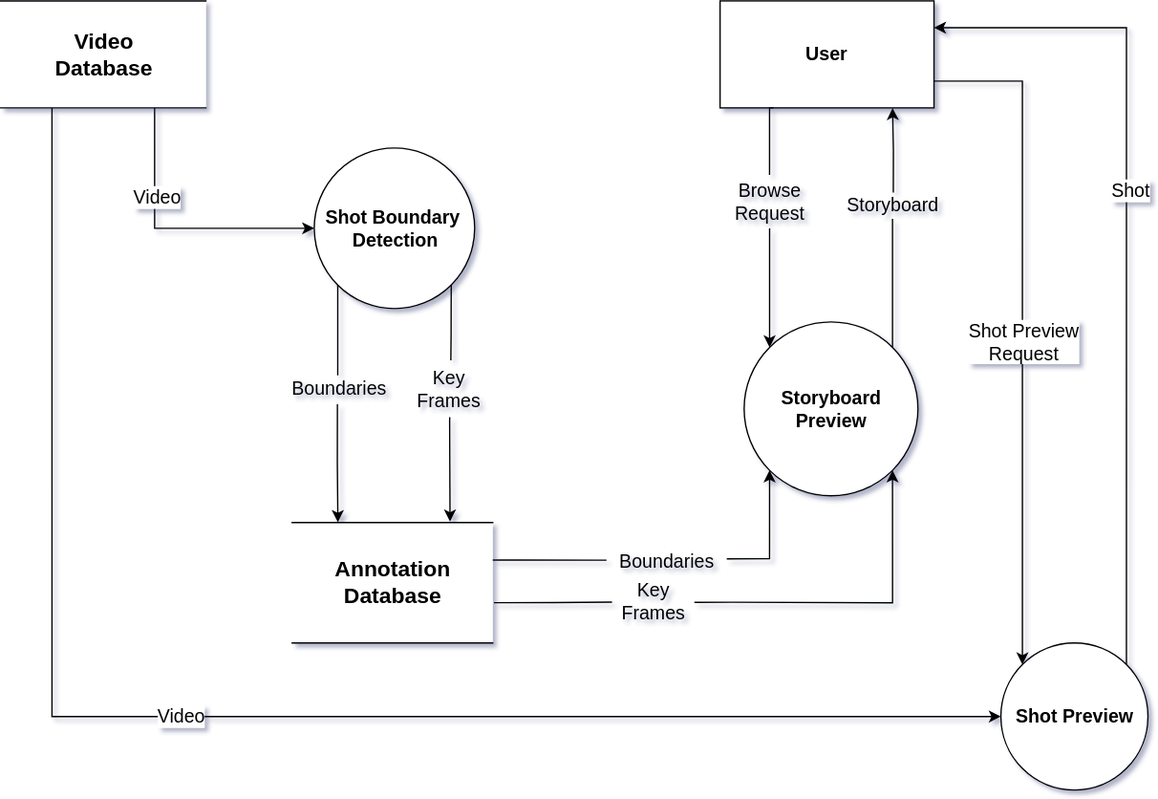
The draw.io diagram DFD.drawio.svg in fitranurindra/13220011_Latihan-4_DataFlowDiagram, before a commit. Source tidied: cells renumbered, new cells last; positions are measured from the earlier drawing's top-left corner, leaving out a move shared by most shapes. The source it was exported from:
```xml
<mxGraphModel background="#ffffff" shadow="1">
  <root>
    <mxCell id="0" />
    <mxCell id="1" parent="0" />
    <mxCell id="2" style="edgeStyle=orthogonalEdgeStyle;rounded=0;jettySize=auto;html=1;entryX=0;entryY=0;entryDx=0;entryDy=0;fontSize=14;startArrow=none;" parent="1" edge="1" source="14" target="10">
      <mxGeometry relative="1" as="geometry" />
    </mxCell>
    <mxCell id="3" style="edgeStyle=orthogonalEdgeStyle;rounded=0;jettySize=auto;html=1;exitX=1;exitY=0.75;exitDx=0;exitDy=0;entryX=0;entryY=0;entryDx=0;entryDy=0;fontSize=14;" parent="1" edge="1" source="5" target="13">
      <mxGeometry relative="1" as="geometry" />
    </mxCell>
    <mxCell id="4" value="Shot Preview&lt;br&gt;Request" style="edgeLabel;html=1;align=center;verticalAlign=middle;fontSize=14;" parent="3" vertex="1">
      <mxGeometry x="0.04" relative="1" as="geometry">
        <mxPoint y="-1" as="offset" />
      </mxGeometry>
    </mxCell>
    <mxCell id="5" value="&lt;h3&gt;&lt;b&gt;User&lt;/b&gt;&lt;/h3&gt;" style="rounded=0;whiteSpace=wrap;html=1;hachureGap=4;" parent="1" vertex="1">
      <mxGeometry x="538" width="160" height="80" as="geometry" />
    </mxCell>
    <mxCell id="6" style="edgeStyle=orthogonalEdgeStyle;rounded=0;jettySize=auto;html=1;exitX=0.487;exitY=1.079;exitDx=0;exitDy=0;fontSize=14;entryX=0.228;entryY=-0.003;entryDx=0;entryDy=0;entryPerimeter=0;startArrow=none;exitPerimeter=0;" parent="1" edge="1" source="25" target="20">
      <mxGeometry relative="1" as="geometry" />
    </mxCell>
    <mxCell id="7" style="edgeStyle=orthogonalEdgeStyle;rounded=0;jettySize=auto;html=1;entryX=0.787;entryY=-0.008;entryDx=0;entryDy=0;entryPerimeter=0;fontSize=14;startArrow=none;exitX=0.522;exitY=1.032;exitDx=0;exitDy=0;exitPerimeter=0;" parent="1" edge="1" source="27" target="20">
      <mxGeometry relative="1" as="geometry">
        <Array as="points">
          <mxPoint x="336" y="314" />
          <mxPoint x="336" y="314" />
        </Array>
      </mxGeometry>
    </mxCell>
    <mxCell id="8" value="&lt;h3&gt;Shot Boundary&amp;nbsp;&lt;br&gt;Detection&lt;br&gt;&lt;/h3&gt;" style="shape=ellipse;html=1;dashed=0;whitespace=wrap;perimeter=ellipsePerimeter;align=center;" parent="1" vertex="1">
      <mxGeometry x="234.5" y="110" width="120" height="120" as="geometry" />
    </mxCell>
    <mxCell id="9" style="edgeStyle=orthogonalEdgeStyle;rounded=0;jettySize=auto;html=1;fontSize=14;startArrow=none;exitX=0.507;exitY=0.014;exitDx=0;exitDy=0;exitPerimeter=0;" parent="1" edge="1" source="16">
      <mxGeometry relative="1" as="geometry">
        <mxPoint x="667" y="80" as="targetPoint" />
      </mxGeometry>
    </mxCell>
    <mxCell id="10" value="&lt;h3&gt;&lt;b style=&quot;font-size: 12px&quot;&gt;&lt;span style=&quot;font-size: 14px&quot;&gt;Storyboard&lt;/span&gt;&lt;/b&gt;&lt;br&gt;&lt;b style=&quot;font-size: 12px&quot;&gt;&lt;span style=&quot;font-size: 14px&quot;&gt;Preview&lt;/span&gt;&lt;/b&gt;&lt;br&gt;&lt;/h3&gt;" style="shape=ellipse;html=1;dashed=0;whitespace=wrap;perimeter=ellipsePerimeter;align=center;" parent="1" vertex="1">
      <mxGeometry x="556" y="240" width="130" height="130" as="geometry" />
    </mxCell>
    <mxCell id="11" style="edgeStyle=orthogonalEdgeStyle;rounded=0;jettySize=auto;html=1;exitX=1;exitY=0;exitDx=0;exitDy=0;entryX=1;entryY=0.25;entryDx=0;entryDy=0;fontSize=14;" parent="1" edge="1" source="13" target="5">
      <mxGeometry relative="1" as="geometry">
        <Array as="points">
          <mxPoint x="842" y="20" />
        </Array>
      </mxGeometry>
    </mxCell>
    <mxCell id="12" value="Shot" style="edgeLabel;html=1;align=center;verticalAlign=middle;fontSize=14;" parent="11" vertex="1">
      <mxGeometry x="0.15" y="-2" relative="1" as="geometry">
        <mxPoint y="1" as="offset" />
      </mxGeometry>
    </mxCell>
    <mxCell id="13" value="&lt;h3&gt;&lt;span style=&quot;font-size: 14px&quot;&gt;Shot Preview&lt;/span&gt;&lt;/h3&gt;" style="shape=ellipse;html=1;dashed=0;whitespace=wrap;perimeter=ellipsePerimeter;align=center;" parent="1" vertex="1">
      <mxGeometry x="748" y="480" width="110" height="110" as="geometry" />
    </mxCell>
    <mxCell id="14" value="Browse&lt;br&gt;Request" style="text;html=1;align=center;verticalAlign=middle;points=[];strokeColor=none;fillColor=none;fontSize=14;" parent="1" vertex="1">
      <mxGeometry x="540" y="130" width="70" height="40" as="geometry" />
    </mxCell>
    <mxCell id="15" style="edgeStyle=orthogonalEdgeStyle;rounded=0;jettySize=auto;html=1;fontSize=14;endArrow=none;exitX=0.25;exitY=1;exitDx=0;exitDy=0;" parent="1" edge="1" source="5" target="14">
      <mxGeometry relative="1" as="geometry">
        <Array as="points">
          <mxPoint x="575" y="80" />
        </Array>
      </mxGeometry>
    </mxCell>
    <mxCell id="16" value="Storyboard" style="text;html=1;align=center;verticalAlign=middle;points=[];strokeColor=none;fillColor=none;fontSize=14;" parent="1" vertex="1">
      <mxGeometry x="627" y="143" width="80" height="20" as="geometry" />
    </mxCell>
    <mxCell id="17" style="edgeStyle=orthogonalEdgeStyle;rounded=0;jettySize=auto;html=1;exitX=1;exitY=0;exitDx=0;exitDy=0;fontSize=14;endArrow=none;" parent="1" edge="1" source="10" target="16">
      <mxGeometry relative="1" as="geometry" />
    </mxCell>
    <mxCell id="18" style="edgeStyle=orthogonalEdgeStyle;rounded=0;jettySize=auto;html=1;exitX=1;exitY=0.406;exitDx=0;exitDy=0;entryX=0;entryY=1;entryDx=0;entryDy=0;fontSize=14;startArrow=none;exitPerimeter=0;" parent="1" edge="1" source="21" target="10">
      <mxGeometry relative="1" as="geometry" />
    </mxCell>
    <mxCell id="19" style="edgeStyle=orthogonalEdgeStyle;rounded=0;jettySize=auto;html=1;entryX=1;entryY=1;entryDx=0;entryDy=0;fontSize=14;startArrow=none;exitX=1.013;exitY=0.516;exitDx=0;exitDy=0;exitPerimeter=0;" parent="1" edge="1" source="23" target="10">
      <mxGeometry relative="1" as="geometry">
        <Array as="points">
          <mxPoint x="548" y="450" />
          <mxPoint x="667" y="450" />
        </Array>
      </mxGeometry>
    </mxCell>
    <mxCell id="20" value="&lt;h3&gt;Annotation&lt;br&gt;Database&lt;br&gt;&lt;/h3&gt;" style="html=1;dashed=0;whitespace=wrap;shape=partialRectangle;right=0;left=0;fontSize=14;" parent="1" vertex="1">
      <mxGeometry x="218" y="390" width="150" height="90" as="geometry" />
    </mxCell>
    <mxCell id="21" value="Boundaries" style="text;html=1;align=center;verticalAlign=middle;points=[];strokeColor=none;fillColor=none;fontSize=14;" parent="1" vertex="1">
      <mxGeometry x="453" y="409" width="90" height="20" as="geometry" />
    </mxCell>
    <mxCell id="22" style="edgeStyle=orthogonalEdgeStyle;rounded=0;jettySize=auto;html=1;entryX=0.001;entryY=0.455;entryDx=0;entryDy=0;fontSize=14;endArrow=none;entryPerimeter=0;" parent="1" edge="1" source="20" target="21">
      <mxGeometry relative="1" as="geometry">
        <Array as="points">
          <mxPoint x="388" y="418" />
          <mxPoint x="388" y="418" />
        </Array>
      </mxGeometry>
    </mxCell>
    <mxCell id="23" value="Key&lt;br&gt;Frames" style="text;html=1;align=center;verticalAlign=middle;points=[];strokeColor=none;fillColor=none;fontSize=14;" parent="1" vertex="1">
      <mxGeometry x="458" y="429" width="60" height="40" as="geometry" />
    </mxCell>
    <mxCell id="24" style="edgeStyle=orthogonalEdgeStyle;rounded=0;jettySize=auto;html=1;fontSize=14;endArrow=none;exitX=1.006;exitY=0.666;exitDx=0;exitDy=0;exitPerimeter=0;entryX=-0.013;entryY=0.511;entryDx=0;entryDy=0;entryPerimeter=0;" parent="1" edge="1" source="20" target="23">
      <mxGeometry relative="1" as="geometry" />
    </mxCell>
    <mxCell id="25" value="Boundaries" style="text;html=1;align=center;verticalAlign=middle;points=[];strokeColor=none;fillColor=none;fontSize=14;" parent="1" vertex="1">
      <mxGeometry x="208" y="280" width="90" height="20" as="geometry" />
    </mxCell>
    <mxCell id="26" style="edgeStyle=orthogonalEdgeStyle;rounded=0;jettySize=auto;html=1;exitX=0;exitY=1;exitDx=0;exitDy=0;fontSize=14;endArrow=none;entryX=0.49;entryY=0;entryDx=0;entryDy=0;entryPerimeter=0;" parent="1" edge="1" source="8" target="25">
      <mxGeometry relative="1" as="geometry" />
    </mxCell>
    <mxCell id="27" value="Key&lt;br&gt;Frames" style="text;html=1;align=center;verticalAlign=middle;points=[];strokeColor=none;fillColor=none;fontSize=14;" parent="1" vertex="1">
      <mxGeometry x="304.5" y="270" width="60" height="40" as="geometry" />
    </mxCell>
    <mxCell id="28" style="edgeStyle=orthogonalEdgeStyle;rounded=0;jettySize=auto;html=1;exitX=1;exitY=1;exitDx=0;exitDy=0;fontSize=14;endArrow=none;entryX=0.536;entryY=-0.034;entryDx=0;entryDy=0;entryPerimeter=0;" parent="1" edge="1" source="8" target="27">
      <mxGeometry relative="1" as="geometry">
        <Array as="points">
          <mxPoint x="337" y="250" />
        </Array>
      </mxGeometry>
    </mxCell>
    <mxCell id="29" style="edgeStyle=orthogonalEdgeStyle;rounded=0;jettySize=auto;html=1;exitX=0.75;exitY=1;exitDx=0;exitDy=0;entryX=0;entryY=0.5;entryDx=0;entryDy=0;fontSize=14;" parent="1" edge="1" source="33" target="8">
      <mxGeometry relative="1" as="geometry" />
    </mxCell>
    <mxCell id="30" value="Video" style="edgeLabel;html=1;align=center;verticalAlign=middle;fontSize=14;" parent="29" vertex="1">
      <mxGeometry x="-0.37" y="1" relative="1" as="geometry" />
    </mxCell>
    <mxCell id="31" style="edgeStyle=orthogonalEdgeStyle;rounded=0;jettySize=auto;html=1;exitX=0.25;exitY=1;exitDx=0;exitDy=0;entryX=0;entryY=0.5;entryDx=0;entryDy=0;fontSize=14;" parent="1" edge="1" source="33" target="13">
      <mxGeometry relative="1" as="geometry" />
    </mxCell>
    <mxCell id="32" value="Video" style="edgeLabel;html=1;align=center;verticalAlign=middle;fontSize=14;" parent="31" vertex="1">
      <mxGeometry x="-0.05" y="1" relative="1" as="geometry">
        <mxPoint x="-1" as="offset" />
      </mxGeometry>
    </mxCell>
    <mxCell id="33" value="&lt;h3&gt;Video&lt;br&gt;Database&lt;br&gt;&lt;/h3&gt;" style="html=1;dashed=0;whitespace=wrap;shape=partialRectangle;right=0;left=0;fontSize=14;" parent="1" vertex="1">
      <mxGeometry width="153.5" height="80" as="geometry" />
    </mxCell>
  </root>
</mxGraphModel>
```
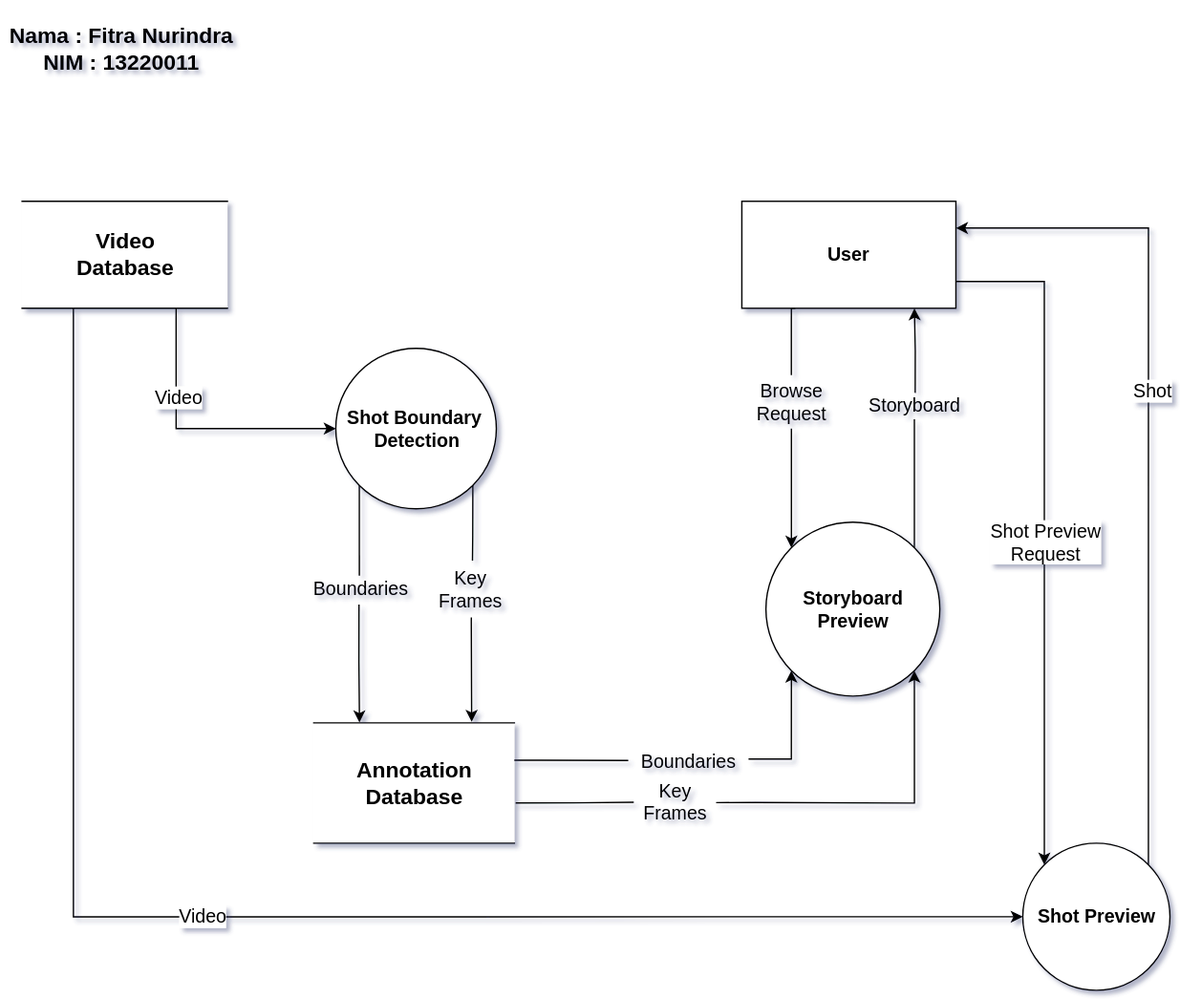
After the commit.

Diff of the diagram source:
```diff
@@ -133,5 +133,8 @@
     <mxCell id="33" value="&lt;h3&gt;Video&lt;br&gt;Database&lt;br&gt;&lt;/h3&gt;" style="html=1;dashed=0;whitespace=wrap;shape=partialRectangle;right=0;left=0;fontSize=14;" parent="1" vertex="1">
       <mxGeometry width="153.5" height="80" as="geometry" />
     </mxCell>
+    <mxCell id="34" value="&lt;h3&gt;Nama : Fitra Nurindra&lt;br&gt;NIM : 13220011&lt;br&gt;&lt;/h3&gt;&lt;div&gt;&lt;br&gt;&lt;/div&gt;" style="text;html=1;align=center;verticalAlign=middle;strokeColor=none;fillColor=none;fontSize=14;" parent="1" vertex="1">
+      <mxGeometry x="-16" y="-150" width="180" height="90" as="geometry" />
+    </mxCell>
   </root>
 </mxGraphModel>
```
